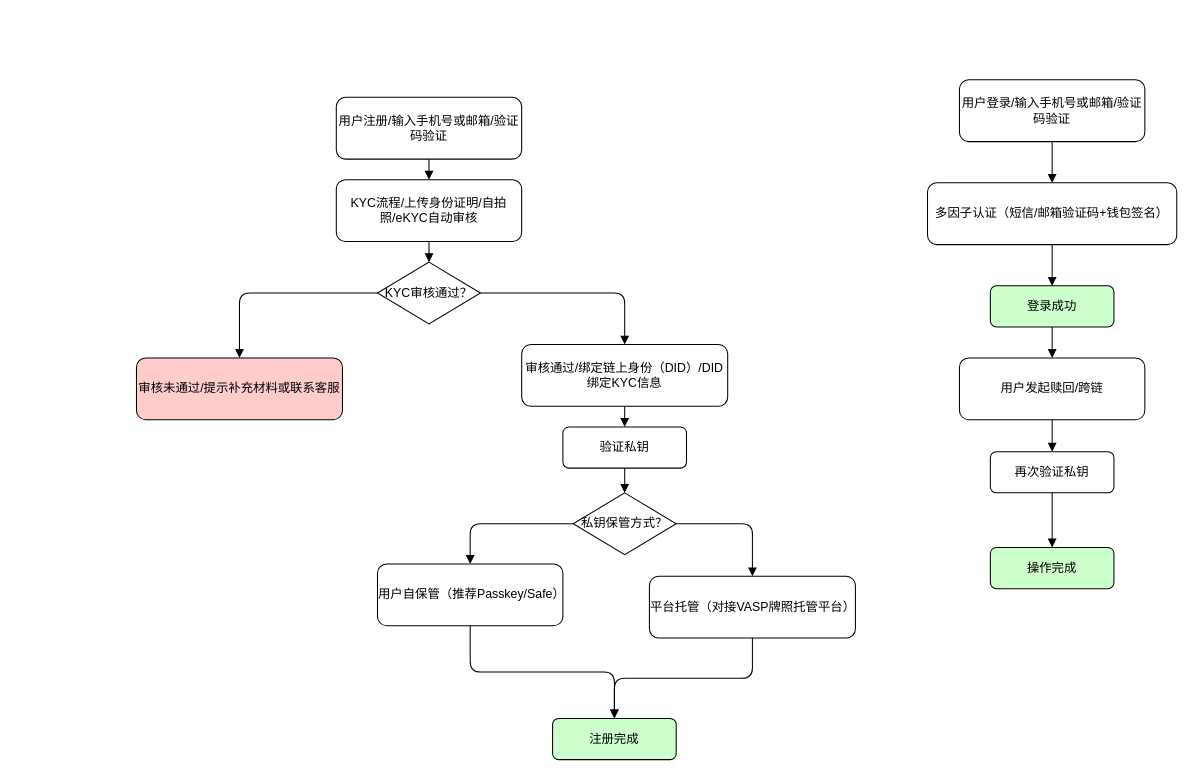
This is userlogin.drawio from mingzhenliu/doc, a draw.io file, before an edit. Source tidied: cells renumbered, new cells numbered last; positions are measured from the earlier drawing's top-left corner, leaving out a move shared by most shapes. Both pictures are drawn from the tidied source at 103%, with x=0, y=0 at pixel (136, 79).
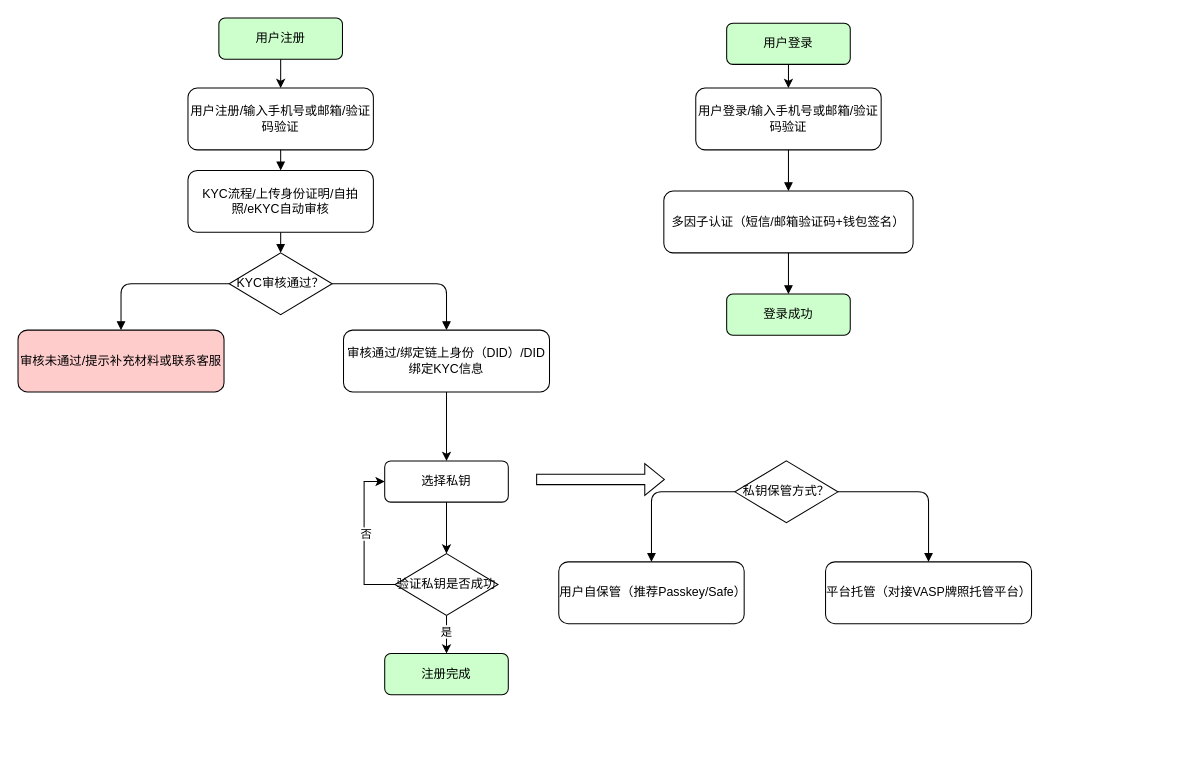
The same page after the edit.

Diff of the diagram source:
```diff
@@
     <mxCell id="2" value="用户注册/输入手机号或邮箱/验证码验证" style="rounded=1;whiteSpace=wrap;html=1;" parent="1" vertex="1">
-      <mxGeometry x="194" y="17" width="180" height="60" as="geometry" />
+      <mxGeometry x="50" y="8" width="180" height="60" as="geometry" />
     </mxCell>
     <mxCell id="3" value="KYC流程/上传身份证明/自拍照/eKYC自动审核" style="rounded=1;whiteSpace=wrap;html=1;" parent="1" vertex="1">
-      <mxGeometry x="194" y="97" width="180" height="60" as="geometry" />
+      <mxGeometry x="50" y="88" width="180" height="60" as="geometry" />
     </mxCell>
     <mxCell id="4" value="KYC审核通过？" style="rhombus;whiteSpace=wrap;html=1;" parent="1" vertex="1">
-      <mxGeometry x="234" y="177" width="100" height="60" as="geometry" />
+      <mxGeometry x="90" y="168" width="100" height="60" as="geometry" />
     </mxCell>
     <mxCell id="5" value="审核未通过/提示补充材料或联系客服" style="rounded=1;whiteSpace=wrap;html=1;fillColor=#FFCCCC;" parent="1" vertex="1">
-      <mxGeometry y="270" width="200" height="60" as="geometry" />
+      <mxGeometry x="-115" y="243" width="200" height="60" as="geometry" />
     </mxCell>
+    <mxCell id="33" style="edgeStyle=orthogonalEdgeStyle;rounded=0;jettySize=auto;html=1;" parent="1" edge="1" source="6" target="40">
+      <mxGeometry relative="1" as="geometry" />
+    </mxCell>
     <mxCell id="6" value="审核通过/绑定链上身份（DID）/DID绑定KYC信息" style="rounded=1;whiteSpace=wrap;html=1;" parent="1" vertex="1">
-      <mxGeometry x="374" y="257" width="200" height="60" as="geometry" />
+      <mxGeometry x="201" y="243" width="200" height="60" as="geometry" />
     </mxCell>
-    <mxCell id="7" value="验证私钥" style="rounded=1;whiteSpace=wrap;html=1;" parent="1" vertex="1">
-      <mxGeometry x="414" y="337" width="120" height="40" as="geometry" />
-    </mxCell>
-    <mxCell id="8" value="私钥保管方式？" style="rhombus;whiteSpace=wrap;html=1;" parent="1" vertex="1">
-      <mxGeometry x="424" y="401" width="100" height="60" as="geometry" />
-    </mxCell>
-    <mxCell id="9" value="用户自保管（推荐Passkey/Safe）" style="rounded=1;whiteSpace=wrap;html=1;" parent="1" vertex="1">
-      <mxGeometry x="234" y="470" width="180" height="60" as="geometry" />
-    </mxCell>
-    <mxCell id="10" value="平台托管（对接VASP牌照托管平台）" style="rounded=1;whiteSpace=wrap;html=1;" parent="1" vertex="1">
-      <mxGeometry x="498" y="482" width="200" height="60" as="geometry" />
-    </mxCell>
     <mxCell id="11" value="注册完成" style="rounded=1;whiteSpace=wrap;html=1;fillColor=#CCFFCC;" parent="1" vertex="1">
-      <mxGeometry x="404" y="620" width="120" height="40" as="geometry" />
+      <mxGeometry x="241" y="557" width="120" height="40" as="geometry" />
     </mxCell>
@@
-    <mxCell id="16" style="edgeStyle=orthogonalEdgeStyle;endArrow=block;html=1;" parent="1" edge="1" source="6" target="7">
-      <mxGeometry relative="1" as="geometry" />
-    </mxCell>
-    <mxCell id="17" style="edgeStyle=orthogonalEdgeStyle;endArrow=block;html=1;" parent="1" edge="1" source="7" target="8">
-      <mxGeometry relative="1" as="geometry" />
-    </mxCell>
+    <mxCell id="34" style="edgeStyle=orthogonalEdgeStyle;rounded=0;jettySize=auto;html=1;" parent="1" edge="1" source="38" target="11">
+      <mxGeometry relative="1" as="geometry" />
+    </mxCell>
+    <mxCell id="35" value="是" style="edgeLabel;html=1;align=center;verticalAlign=middle;" parent="34" vertex="1">
+      <mxGeometry x="-0.32" y="-1" relative="1" as="geometry" />
+    </mxCell>
+    <mxCell id="36" style="edgeStyle=orthogonalEdgeStyle;rounded=0;jettySize=auto;html=1;entryX=0;entryY=0.5;entryDx=0;entryDy=0;exitX=0;exitY=0.5;exitDx=0;exitDy=0;" parent="1" edge="1" source="38" target="40">
+      <mxGeometry relative="1" as="geometry" />
+    </mxCell>
+    <mxCell id="37" value="否" style="edgeLabel;html=1;align=center;verticalAlign=middle;" parent="36" vertex="1">
+      <mxGeometry x="0.07" y="-1" relative="1" as="geometry" />
+    </mxCell>
+    <mxCell id="38" value="验证私钥是否成功" style="rhombus;whiteSpace=wrap;html=1;" parent="1" vertex="1">
+      <mxGeometry x="251" y="460" width="100" height="60" as="geometry" />
+    </mxCell>
+    <mxCell id="39" style="edgeStyle=orthogonalEdgeStyle;rounded=0;jettySize=auto;html=1;entryX=0.5;entryY=0;entryDx=0;entryDy=0;" parent="1" edge="1" source="40" target="38">
+      <mxGeometry relative="1" as="geometry" />
+    </mxCell>
+    <mxCell id="40" value="选择私钥" style="rounded=1;whiteSpace=wrap;html=1;" parent="1" vertex="1">
+      <mxGeometry x="241" y="370" width="120" height="40" as="geometry" />
+    </mxCell>
+    <mxCell id="8" value="私钥保管方式？" style="rhombus;whiteSpace=wrap;html=1;" parent="1" vertex="1">
+      <mxGeometry x="581" y="370" width="100" height="60" as="geometry" />
+    </mxCell>
+    <mxCell id="9" value="用户自保管（推荐Passkey/Safe）" style="rounded=1;whiteSpace=wrap;html=1;" parent="1" vertex="1">
+      <mxGeometry x="410" y="468" width="180" height="60" as="geometry" />
+    </mxCell>
+    <mxCell id="10" value="平台托管（对接VASP牌照托管平台）" style="rounded=1;whiteSpace=wrap;html=1;" parent="1" vertex="1">
+      <mxGeometry x="669" y="468" width="200" height="60" as="geometry" />
+    </mxCell>
-    <mxCell id="18" style="edgeStyle=orthogonalEdgeStyle;endArrow=block;html=1;" parent="1" edge="1" source="8" target="9">
+    <mxCell id="18" style="edgeStyle=orthogonalEdgeStyle;endArrow=block;html=1;exitX=0;exitY=0.5;exitDx=0;exitDy=0;" parent="1" edge="1" source="8" target="9">
       <mxGeometry relative="1" as="geometry" />
     </mxCell>
@@
-    <mxCell id="20" style="edgeStyle=orthogonalEdgeStyle;endArrow=block;html=1;" parent="1" edge="1" source="9" target="11">
-      <mxGeometry relative="1" as="geometry" />
-    </mxCell>
-    <mxCell id="21" style="edgeStyle=orthogonalEdgeStyle;endArrow=block;html=1;" parent="1" edge="1" source="10" target="11">
-      <mxGeometry relative="1" as="geometry" />
-    </mxCell>
+    <mxCell id="41" style="shape=flexArrow;endArrow=classic;html=1;rounded=0;" parent="1" edge="1">
+      <mxGeometry relative="1" as="geometry">
+        <mxPoint x="388" y="388" as="sourcePoint" />
+        <mxPoint x="513" y="388" as="targetPoint" />
+      </mxGeometry>
+    </mxCell>
     <mxCell id="22" value="用户登录/输入手机号或邮箱/验证码验证" style="rounded=1;whiteSpace=wrap;html=1;" parent="1" vertex="1">
-      <mxGeometry x="799" width="180" height="60" as="geometry" />
+      <mxGeometry x="543" y="8" width="180" height="60" as="geometry" />
     </mxCell>
     <mxCell id="23" value="多因子认证（短信/邮箱验证码+钱包签名）" style="rounded=1;whiteSpace=wrap;html=1;" parent="1" vertex="1">
-      <mxGeometry x="768" y="100" width="242" height="60" as="geometry" />
+      <mxGeometry x="512" y="108" width="242" height="60" as="geometry" />
     </mxCell>
     <mxCell id="24" value="登录成功" style="rounded=1;whiteSpace=wrap;html=1;fillColor=#CCFFCC;" parent="1" vertex="1">
-      <mxGeometry x="829" y="200" width="120" height="40" as="geometry" />
+      <mxGeometry x="573" y="208" width="120" height="40" as="geometry" />
     </mxCell>
-    <mxCell id="25" value="用户发起赎回/跨链" style="rounded=1;whiteSpace=wrap;html=1;" parent="1" vertex="1">
-      <mxGeometry x="799" y="270" width="180" height="60" as="geometry" />
-    </mxCell>
-    <mxCell id="26" value="再次验证私钥" style="rounded=1;whiteSpace=wrap;html=1;" parent="1" vertex="1">
-      <mxGeometry x="829" y="361" width="120" height="40" as="geometry" />
-    </mxCell>
-    <mxCell id="27" value="操作完成" style="rounded=1;whiteSpace=wrap;html=1;fillColor=#CCFFCC;" parent="1" vertex="1">
-      <mxGeometry x="829" y="454" width="120" height="40" as="geometry" />
-    </mxCell>
@@
-    <mxCell id="30" style="edgeStyle=orthogonalEdgeStyle;endArrow=block;html=1;" parent="1" edge="1" source="24" target="25">
-      <mxGeometry relative="1" as="geometry" />
-    </mxCell>
-    <mxCell id="31" style="edgeStyle=orthogonalEdgeStyle;endArrow=block;html=1;" parent="1" edge="1" source="25" target="26">
-      <mxGeometry relative="1" as="geometry" />
-    </mxCell>
-    <mxCell id="32" style="edgeStyle=orthogonalEdgeStyle;endArrow=block;html=1;" parent="1" edge="1" source="26" target="27">
-      <mxGeometry relative="1" as="geometry" />
-    </mxCell>
+    <mxCell id="42" style="edgeStyle=orthogonalEdgeStyle;rounded=0;jettySize=auto;html=1;" parent="1" edge="1" source="43" target="22">
+      <mxGeometry relative="1" as="geometry" />
+    </mxCell>
+    <mxCell id="43" value="用户登录" style="rounded=1;whiteSpace=wrap;html=1;fillColor=#CCFFCC;" parent="1" vertex="1">
+      <mxGeometry x="573" y="-55" width="120" height="40" as="geometry" />
+    </mxCell>
+    <mxCell id="44" style="edgeStyle=orthogonalEdgeStyle;rounded=0;jettySize=auto;html=1;" parent="1" edge="1" source="45" target="2">
+      <mxGeometry relative="1" as="geometry" />
+    </mxCell>
+    <mxCell id="45" value="用户注册" style="rounded=1;whiteSpace=wrap;html=1;fillColor=#CCFFCC;" parent="1" vertex="1">
+      <mxGeometry x="80" y="-60" width="120" height="40" as="geometry" />
+    </mxCell>
```
